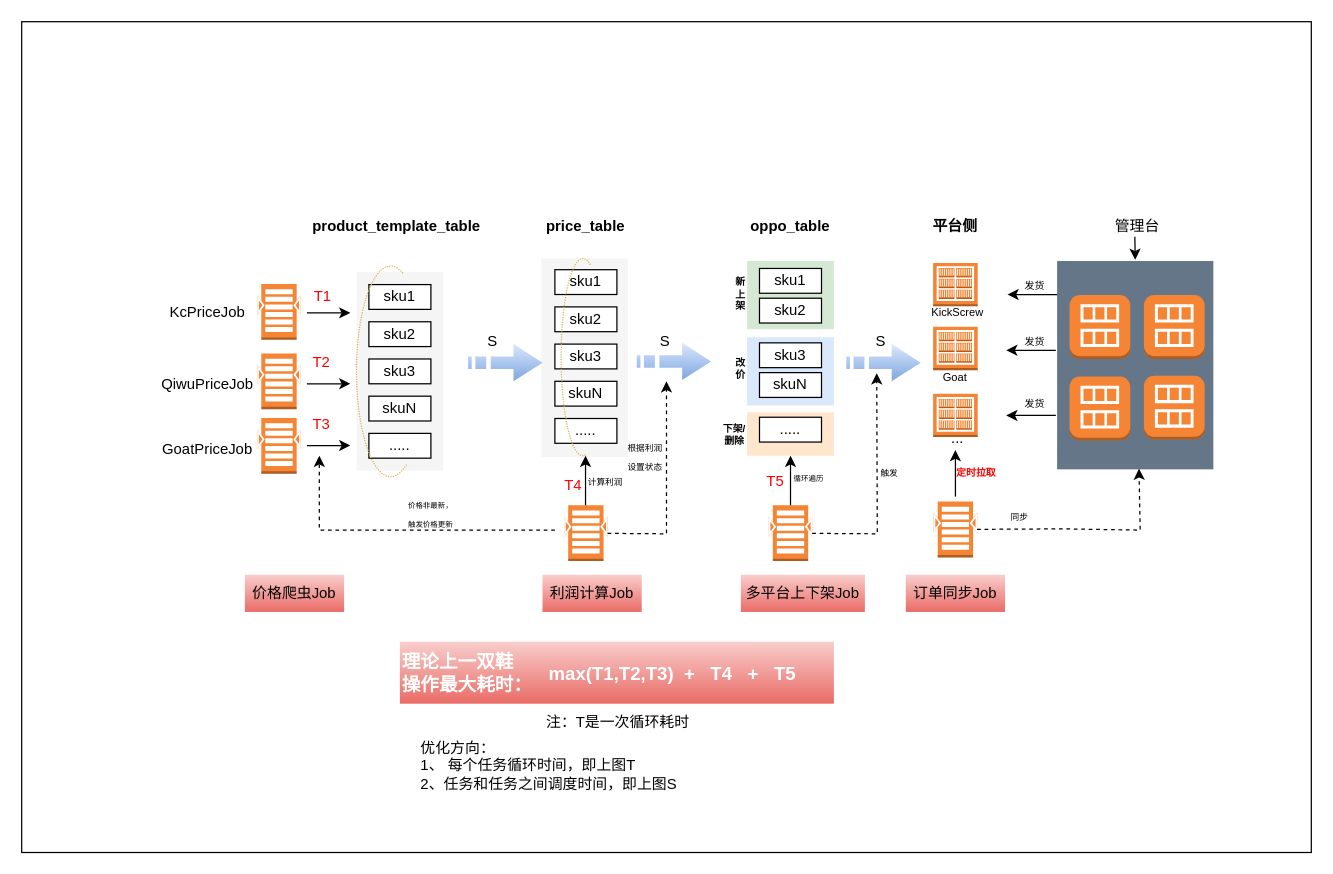
This is gold_worker.drawio from Tangocc/draw.io, a draw.io file, before an edit. Source tidied: cells renumbered, new cells numbered last; positions are measured from the earlier drawing's top-left corner, leaving out a move shared by most shapes. Both pictures are drawn from the tidied source at 124%, with x=0, y=0 at pixel (21, 21).
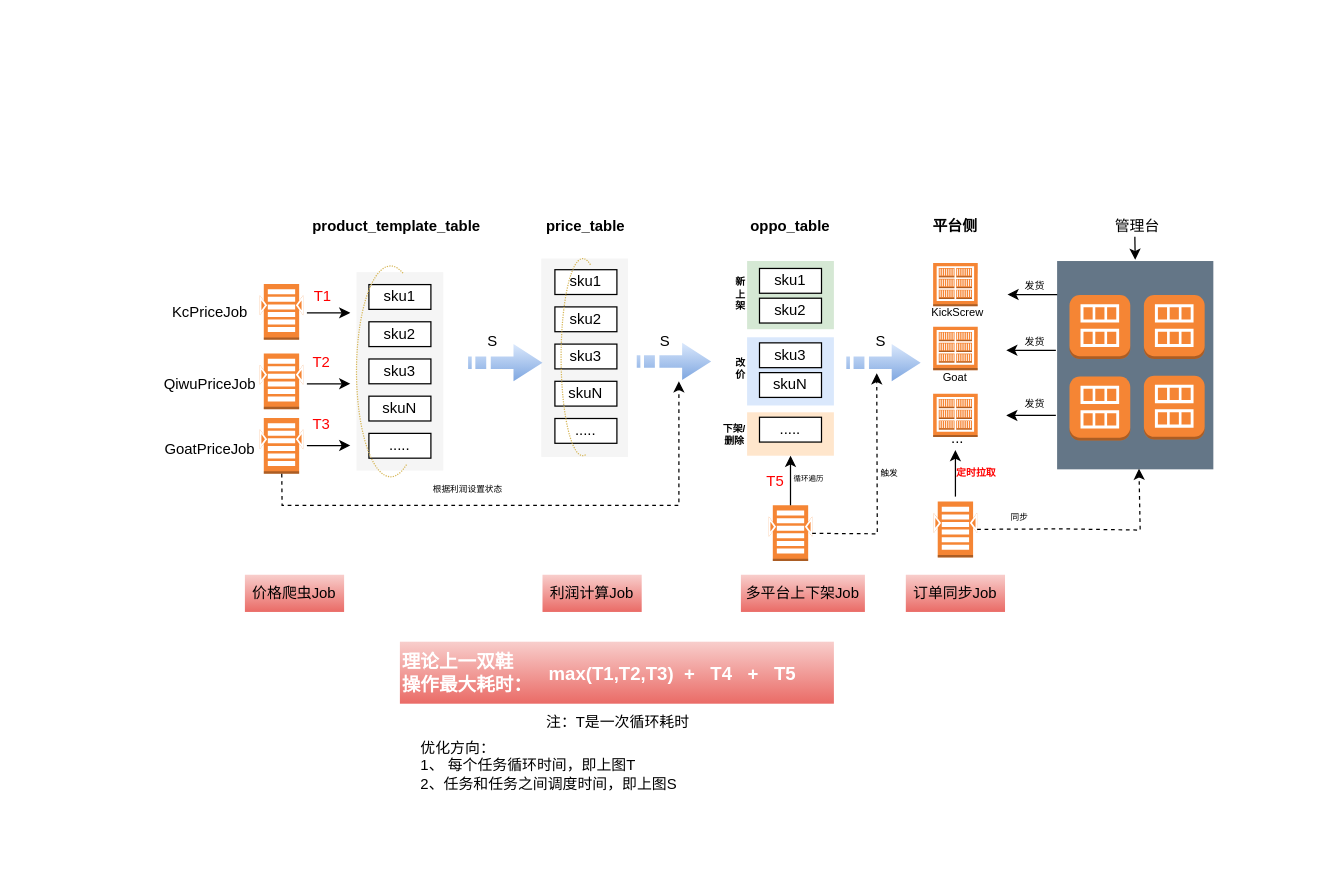
Above is the later version.

Diff of the diagram source:
```diff
@@
-    <mxCell id="2" style="rounded=0;whiteSpace=wrap;html=1;" parent="1" vertex="1">
-      <mxGeometry width="1040" height="670" as="geometry" />
-    </mxCell>
@@
     <mxCell id="28" value="KcPriceJob" style="text;html=1;whiteSpace=wrap;strokeColor=none;fillColor=none;align=center;verticalAlign=middle;rounded=0;" parent="1" vertex="1">
-      <mxGeometry x="120" y="220" width="60" height="30" as="geometry" />
+      <mxGeometry x="122" y="220" width="60" height="30" as="geometry" />
     </mxCell>
@@
-    <mxCell id="32" style="outlineConnect=0;dashed=0;verticalLabelPosition=bottom;verticalAlign=top;align=center;html=1;shape=mxgraph.aws3.search_documents;fillColor=#F58534;gradientColor=none;" parent="1" vertex="1">
-      <mxGeometry x="437.5" y="390" width="35" height="45" as="geometry" />
-    </mxCell>
-    <mxCell id="33" style="endArrow=classic;html=1;rounded=0;" parent="1" edge="1">
-      <mxGeometry relative="1" as="geometry">
-        <mxPoint x="454.7" y="390" as="sourcePoint" />
-        <mxPoint x="454.7" y="350" as="targetPoint" />
-      </mxGeometry>
-    </mxCell>
-    <mxCell id="34" style="endArrow=classic;html=1;rounded=0;dashed=1;" parent="1" edge="1">
-      <mxGeometry relative="1" as="geometry">
-        <mxPoint x="430" y="410" as="sourcePoint" />
-        <mxPoint x="240" y="350" as="targetPoint" />
-        <Array as="points">
-          <mxPoint x="370" y="410" />
-          <mxPoint x="240" y="410" />
-        </Array>
-      </mxGeometry>
-    </mxCell>
@@
-    <mxCell id="42" style="endArrow=classic;html=1;rounded=0;dashed=1;" parent="1" edge="1" source="32">
-      <mxGeometry relative="1" as="geometry">
-        <mxPoint x="520" y="290" as="targetPoint" />
-        <Array as="points">
-          <mxPoint x="520" y="413" />
-        </Array>
-      </mxGeometry>
-    </mxCell>
@@
-    <mxCell id="49" value="&lt;font style=&quot;font-size: 6px;&quot;&gt;价格非最新，&lt;/font&gt;&lt;div&gt;&lt;font style=&quot;font-size: 6px;&quot;&gt;触发价格更新&lt;/font&gt;&lt;/div&gt;" style="text;html=1;whiteSpace=wrap;strokeColor=none;fillColor=none;align=center;verticalAlign=middle;rounded=0;" parent="1" vertex="1">
-      <mxGeometry x="300" y="381" width="60" height="30" as="geometry" />
-    </mxCell>
-    <mxCell id="50" value="&lt;font style=&quot;font-size: 7px;&quot;&gt;计算利润&lt;/font&gt;" style="text;html=1;whiteSpace=wrap;strokeColor=none;fillColor=none;align=center;verticalAlign=middle;rounded=0;" parent="1" vertex="1">
-      <mxGeometry x="440.5" y="355" width="60" height="30" as="geometry" />
-    </mxCell>
-    <mxCell id="51" value="&lt;font style=&quot;font-size: 7px;&quot;&gt;根据利润&lt;/font&gt;&lt;div&gt;&lt;font style=&quot;font-size: 7px;&quot;&gt;设置状态&lt;/font&gt;&lt;/div&gt;" style="text;html=1;whiteSpace=wrap;strokeColor=none;fillColor=none;align=center;verticalAlign=middle;rounded=0;" parent="1" vertex="1">
-      <mxGeometry x="472.5" y="335" width="60" height="30" as="geometry" />
+    <mxCell id="51" value="&lt;font style=&quot;font-size: 7px;&quot;&gt;根据利润&lt;/font&gt;&lt;span style=&quot;font-size: 7px; background-color: transparent; color: light-dark(rgb(0, 0, 0), rgb(255, 255, 255));&quot;&gt;设置状态&lt;/span&gt;" style="text;html=1;whiteSpace=wrap;strokeColor=none;fillColor=none;align=center;verticalAlign=middle;rounded=0;" parent="1" vertex="1">
+      <mxGeometry x="330" y="361" width="60" height="30" as="geometry" />
     </mxCell>
@@
     <mxCell id="54" style="outlineConnect=0;dashed=0;verticalLabelPosition=bottom;verticalAlign=top;align=center;html=1;shape=mxgraph.aws3.search_documents;fillColor=#F58534;gradientColor=none;" parent="1" vertex="1">
-      <mxGeometry x="190" y="319.5" width="35" height="45" as="geometry" />
+      <mxGeometry x="192" y="319.5" width="35" height="45" as="geometry" />
     </mxCell>
     <mxCell id="55" style="dashed=0;verticalLabelPosition=bottom;verticalAlign=top;align=center;html=1;shape=mxgraph.aws3.search_documents;fillColor=#F58534;gradientColor=none;" parent="1" vertex="1">
-      <mxGeometry x="190" y="267.5" width="35" height="45" as="geometry" />
+      <mxGeometry x="192" y="267.5" width="35" height="45" as="geometry" />
     </mxCell>
     <mxCell id="56" style="dashed=0;verticalLabelPosition=bottom;verticalAlign=top;align=center;html=1;shape=mxgraph.aws3.search_documents;fillColor=#F58534;gradientColor=none;" parent="1" vertex="1">
-      <mxGeometry x="190" y="211.5" width="35" height="45" as="geometry" />
+      <mxGeometry x="192" y="211.5" width="35" height="45" as="geometry" />
     </mxCell>
     <mxCell id="57" value="QiwuPriceJob" style="text;html=1;whiteSpace=wrap;strokeColor=none;fillColor=none;align=center;verticalAlign=middle;rounded=0;" parent="1" vertex="1">
-      <mxGeometry x="120" y="278" width="60" height="30" as="geometry" />
+      <mxGeometry x="122" y="278" width="60" height="30" as="geometry" />
     </mxCell>
     <mxCell id="58" value="GoatPriceJob" style="text;html=1;whiteSpace=wrap;strokeColor=none;fillColor=none;align=center;verticalAlign=middle;rounded=0;" parent="1" vertex="1">
-      <mxGeometry x="120" y="330" width="60" height="30" as="geometry" />
+      <mxGeometry x="122" y="330" width="60" height="30" as="geometry" />
     </mxCell>
@@
-    <mxCell id="69" value="T4" style="text;html=1;whiteSpace=wrap;strokeColor=none;fillColor=none;align=center;verticalAlign=middle;rounded=0;fontColor=#FF0000;" parent="1" vertex="1">
-      <mxGeometry x="414.5" y="359" width="60" height="30" as="geometry" />
-    </mxCell>
@@
+    <mxCell id="96" style="endArrow=classic;html=1;rounded=0;dashed=1;" parent="1" edge="1" source="54">
+      <mxGeometry relative="1" as="geometry">
+        <mxPoint x="530" y="290" as="targetPoint" />
+        <Array as="points">
+          <mxPoint x="210" y="390" />
+          <mxPoint x="530" y="390" />
+        </Array>
+      </mxGeometry>
+    </mxCell>
```
